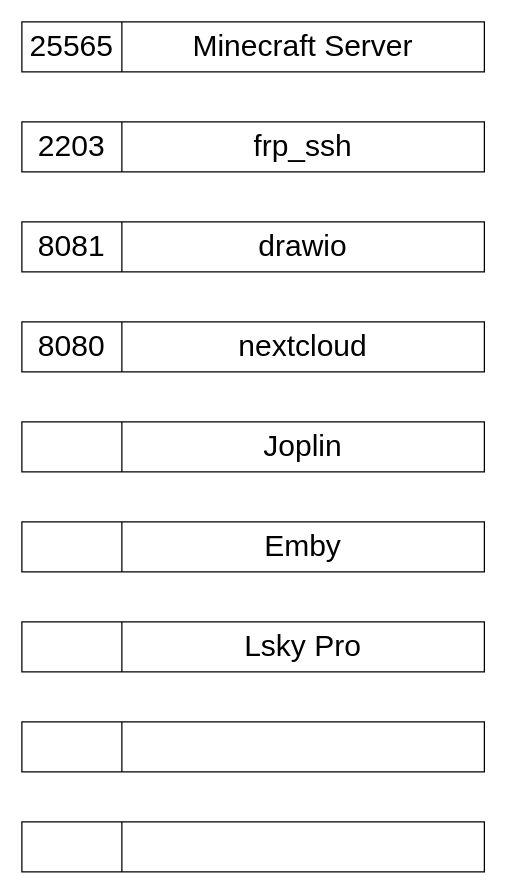
Above: 未命名绘图.drawio in CharlesHJC/CICD (draw.io), before the change. Source tidied: cells renumbered, new cells numbered last; positions are measured from the earlier drawing's top-left corner, leaving out a move shared by most shapes. Both pictures are drawn from the tidied source at 125%, with x=0, y=0 at pixel (21, 21).
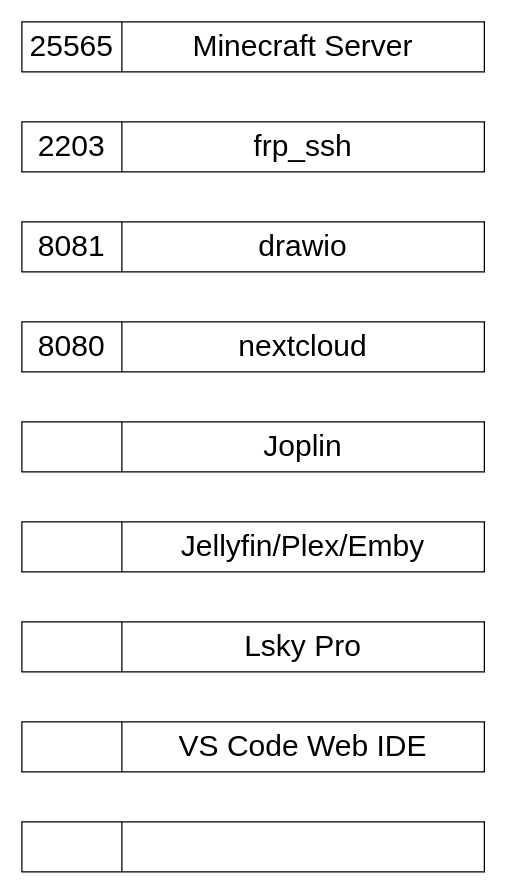
The same page after the edit.

Commit message:
更新未命名绘图.drawio

The change refers to these unchanged cells:
```xml
<mxCell id="23" style="shape=tableRow;horizontal=0;startSize=0;swimlaneHead=0;swimlaneBody=0;top=0;left=0;bottom=0;right=0;fillColor=none;fontSize=24;" parent="22" vertex="1">
  <mxGeometry width="370" height="40" as="geometry" />
</mxCell>
<mxCell id="31" style="shape=tableRow;horizontal=0;startSize=0;swimlaneHead=0;swimlaneBody=0;top=0;left=0;bottom=0;right=0;fillColor=none;fontSize=24;" parent="30" vertex="1">
  <mxGeometry width="370" height="40" as="geometry" />
</mxCell>
```

What changed in the source:
```diff
@@
-    <mxCell id="25" value="Emby" style="shape=partialRectangle;html=1;whiteSpace=wrap;overflow=hidden;fillColor=none;top=0;left=0;bottom=0;right=0;fontSize=24;" parent="23" vertex="1">
+    <mxCell id="25" value="Jellyfin/Plex/Emby" style="shape=partialRectangle;html=1;whiteSpace=wrap;overflow=hidden;fillColor=none;top=0;left=0;bottom=0;right=0;fontSize=24;" parent="23" vertex="1">
       <mxGeometry x="80" width="290" height="40" as="geometry" />
     </mxCell>
@@
-    <mxCell id="33" style="shape=partialRectangle;html=1;whiteSpace=wrap;overflow=hidden;fillColor=none;top=0;left=0;bottom=0;right=0;fontSize=24;" parent="31" vertex="1">
+    <mxCell id="33" value="VS Code Web IDE" style="shape=partialRectangle;html=1;whiteSpace=wrap;overflow=hidden;fillColor=none;top=0;left=0;bottom=0;right=0;fontSize=24;" parent="31" vertex="1">
       <mxGeometry x="80" width="290" height="40" as="geometry" />
     </mxCell>
```
